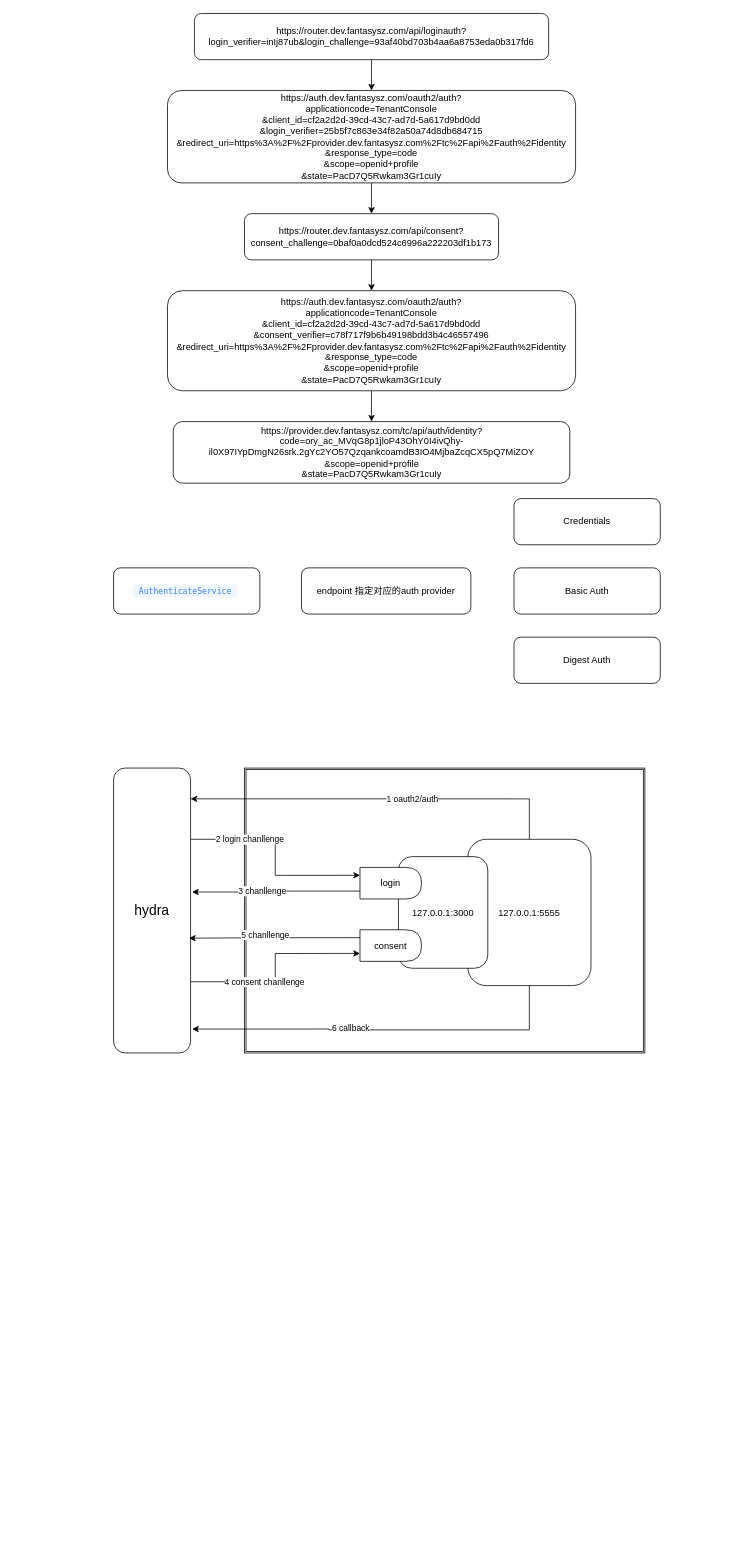
Above: authing.drawio in windingmonth/draw (draw.io), before the change. Source tidied: cells renumbered, new cells numbered last; positions are measured from the earlier drawing's top-left corner, leaving out a move shared by most shapes. Both pictures are drawn from the tidied source at 77%, with x=0, y=0 at pixel (113, 13).
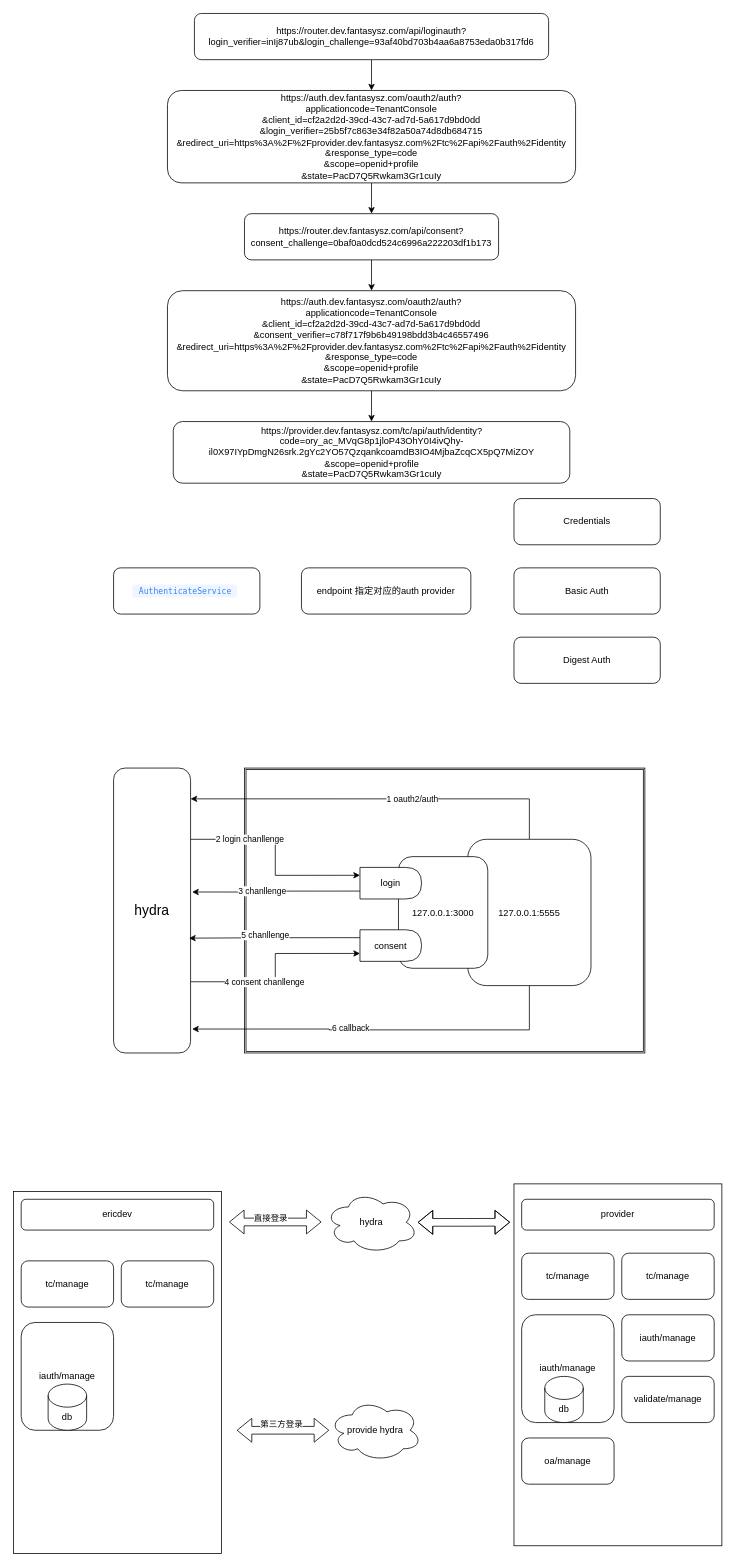
The same diagram, later.

The edit, as a diff of the source:
```diff
@@
+    <mxCell id="35" style="rounded=0;whiteSpace=wrap;html=1;" parent="1" vertex="1">
+      <mxGeometry x="-130" y="1530" width="270" height="470" as="geometry" />
+    </mxCell>
+    <mxCell id="36" value="ericdev" style="rounded=1;whiteSpace=wrap;html=1;" parent="1" vertex="1">
+      <mxGeometry x="-120" y="1540" width="250" height="40" as="geometry" />
+    </mxCell>
+    <mxCell id="37" style="rounded=0;whiteSpace=wrap;html=1;" parent="1" vertex="1">
+      <mxGeometry x="520" y="1520" width="270" height="470" as="geometry" />
+    </mxCell>
+    <mxCell id="38" value="provider" style="rounded=1;whiteSpace=wrap;html=1;" parent="1" vertex="1">
+      <mxGeometry x="530" y="1540" width="250" height="40" as="geometry" />
+    </mxCell>
+    <mxCell id="39" value="tc/manage" style="rounded=1;whiteSpace=wrap;html=1;" parent="1" vertex="1">
+      <mxGeometry x="-120" y="1620" width="120" height="60" as="geometry" />
+    </mxCell>
+    <mxCell id="40" value="tc/manage" style="rounded=1;whiteSpace=wrap;html=1;" parent="1" vertex="1">
+      <mxGeometry x="10" y="1620" width="120" height="60" as="geometry" />
+    </mxCell>
+    <mxCell id="41" value="iauth/manage" style="rounded=1;whiteSpace=wrap;html=1;" parent="1" vertex="1">
+      <mxGeometry x="-120" y="1700" width="120" height="140" as="geometry" />
+    </mxCell>
+    <mxCell id="42" value="tc/manage" style="rounded=1;whiteSpace=wrap;html=1;" parent="1" vertex="1">
+      <mxGeometry x="530" y="1610" width="120" height="60" as="geometry" />
+    </mxCell>
+    <mxCell id="43" value="tc/manage" style="rounded=1;whiteSpace=wrap;html=1;" parent="1" vertex="1">
+      <mxGeometry x="660" y="1610" width="120" height="60" as="geometry" />
+    </mxCell>
+    <mxCell id="44" value="iauth/manage" style="rounded=1;whiteSpace=wrap;html=1;" parent="1" vertex="1">
+      <mxGeometry x="530" y="1690" width="120" height="140" as="geometry" />
+    </mxCell>
+    <mxCell id="45" value="iauth/manage" style="rounded=1;whiteSpace=wrap;html=1;" parent="1" vertex="1">
+      <mxGeometry x="660" y="1690" width="120" height="60" as="geometry" />
+    </mxCell>
+    <mxCell id="46" value="oa/manage" style="rounded=1;whiteSpace=wrap;html=1;" parent="1" vertex="1">
+      <mxGeometry x="530" y="1850" width="120" height="60" as="geometry" />
+    </mxCell>
+    <mxCell id="47" value="validate/manage" style="rounded=1;whiteSpace=wrap;html=1;" parent="1" vertex="1">
+      <mxGeometry x="660" y="1770" width="120" height="60" as="geometry" />
+    </mxCell>
+    <mxCell id="48" value="db" style="shape=cylinder3;whiteSpace=wrap;html=1;boundedLbl=1;backgroundOutline=1;size=15;" parent="1" vertex="1">
+      <mxGeometry x="560" y="1770" width="50" height="60" as="geometry" />
+    </mxCell>
+    <mxCell id="49" value="db" style="shape=cylinder3;whiteSpace=wrap;html=1;boundedLbl=1;backgroundOutline=1;size=15;" parent="1" vertex="1">
+      <mxGeometry x="-85" y="1780" width="50" height="60" as="geometry" />
+    </mxCell>
+    <mxCell id="50" style="edgeStyle=orthogonalEdgeStyle;rounded=0;jettySize=auto;html=1;entryX=-0.019;entryY=0.106;entryDx=0;entryDy=0;entryPerimeter=0;shape=flexArrow;startArrow=block;" parent="1" edge="1" source="51" target="37">
+      <mxGeometry relative="1" as="geometry" />
+    </mxCell>
+    <mxCell id="51" value="hydra" style="ellipse;shape=cloud;whiteSpace=wrap;html=1;" parent="1" vertex="1">
+      <mxGeometry x="275" y="1530" width="120" height="80" as="geometry" />
+    </mxCell>
+    <mxCell id="52" value="provide hydra" style="ellipse;shape=cloud;whiteSpace=wrap;html=1;" parent="1" vertex="1">
+      <mxGeometry x="280" y="1800" width="120" height="80" as="geometry" />
+    </mxCell>
+    <mxCell id="53" style="edgeStyle=orthogonalEdgeStyle;rounded=0;orthogonalLoop=1;jettySize=auto;html=1;entryX=-0.019;entryY=0.106;entryDx=0;entryDy=0;entryPerimeter=0;shape=flexArrow;startArrow=block;" parent="1" edge="1">
+      <mxGeometry relative="1" as="geometry">
+        <mxPoint x="160" y="1840" as="sourcePoint" />
+        <mxPoint x="280" y="1840" as="targetPoint" />
+      </mxGeometry>
+    </mxCell>
+    <mxCell id="54" value="第三方登录" style="edgeLabel;html=1;align=center;verticalAlign=middle;" parent="53" vertex="1">
+      <mxGeometry x="-0.05" y="9" relative="1" as="geometry" />
+    </mxCell>
+    <mxCell id="55" style="edgeStyle=orthogonalEdgeStyle;rounded=0;orthogonalLoop=1;jettySize=auto;html=1;entryX=-0.019;entryY=0.106;entryDx=0;entryDy=0;entryPerimeter=0;shape=flexArrow;startArrow=block;" parent="1" edge="1">
+      <mxGeometry relative="1" as="geometry">
+        <mxPoint x="150" y="1569.5" as="sourcePoint" />
+        <mxPoint x="270" y="1569.5" as="targetPoint" />
+      </mxGeometry>
+    </mxCell>
+    <mxCell id="56" value="直接登录" style="edgeLabel;html=1;align=center;verticalAlign=middle;" parent="55" vertex="1">
+      <mxGeometry x="-0.12" y="6" relative="1" as="geometry">
+        <mxPoint y="1" as="offset" />
+      </mxGeometry>
+    </mxCell>
```
